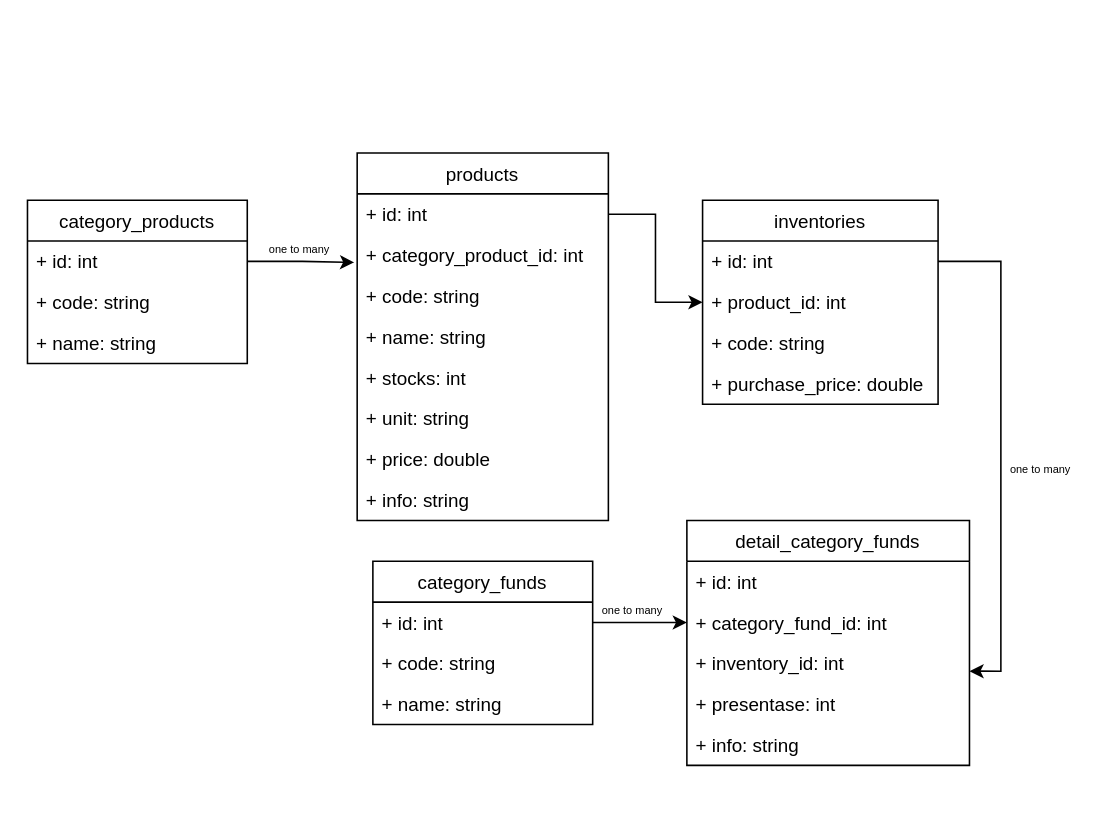
The draw.io diagram Untitled Diagram.drawio in Devajayantha/devajayantha.github.io, before the edit. Source tidied: cells renumbered, new cells numbered last; positions are measured from the earlier drawing's top-left corner, leaving out a move shared by most shapes. Both pictures are drawn from the tidied source at 157%, with x=0, y=0 at pixel (27, 152).
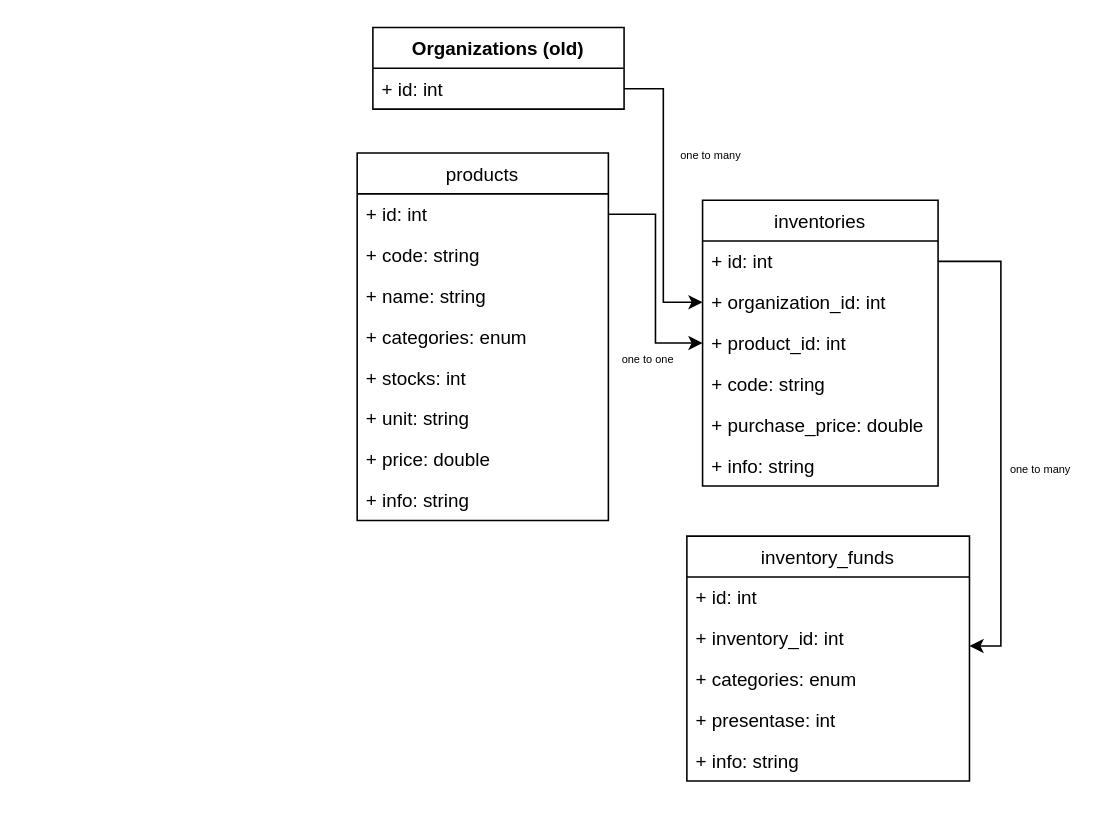
The same diagram, later.

The change refers to these unchanged cells:
```xml
<mxCell id="6" value="products" style="swimlane;fontStyle=0;horizontal=1;startSize=26;fillColor=none;" parent="1" vertex="1">
  <mxGeometry x="210" width="160" height="234" as="geometry" />
</mxCell>
<mxCell id="7" value="+ id: int" style="text;strokeColor=none;fillColor=none;align=left;verticalAlign=top;spacingLeft=4;spacingRight=4;overflow=hidden;points=[[0,0.5],[1,0.5]];portConstraint=eastwest;" parent="6" vertex="1">
  <mxGeometry y="26" width="160" height="26" as="geometry" />
</mxCell>
```

Change to the diagram source:
```diff
@@
-    <mxCell id="2" value="category_products" style="swimlane;fontStyle=0;horizontal=1;startSize=26;fillColor=none;" parent="1" vertex="1">
-      <mxGeometry y="30" width="140" height="104" as="geometry" />
-    </mxCell>
-    <mxCell id="3" value="+ id: int" style="text;strokeColor=none;fillColor=none;align=left;verticalAlign=top;spacingLeft=4;spacingRight=4;overflow=hidden;points=[[0,0.5],[1,0.5]];portConstraint=eastwest;" parent="2" vertex="1">
-      <mxGeometry y="26" width="140" height="26" as="geometry" />
-    </mxCell>
-    <mxCell id="4" value="+ code: string" style="text;strokeColor=none;fillColor=none;align=left;verticalAlign=top;spacingLeft=4;spacingRight=4;overflow=hidden;" parent="2" vertex="1">
-      <mxGeometry y="52" width="140" height="26" as="geometry" />
-    </mxCell>
-    <mxCell id="5" value="+ name: string " style="text;strokeColor=none;fillColor=none;align=left;verticalAlign=top;spacingLeft=4;spacingRight=4;overflow=hidden;" parent="2" vertex="1">
-      <mxGeometry y="78" width="140" height="26" as="geometry" />
-    </mxCell>
@@
-    <mxCell id="8" value="+ category_product_id: int " style="text;strokeColor=none;fillColor=none;align=left;verticalAlign=top;spacingLeft=4;spacingRight=4;overflow=hidden;points=[[0,0.5],[1,0.5]];portConstraint=eastwest;" parent="6" vertex="1">
-      <mxGeometry y="52" width="160" height="26" as="geometry" />
-    </mxCell>
     <mxCell id="9" value="+ code: string" style="text;strokeColor=none;fillColor=none;align=left;verticalAlign=top;spacingLeft=4;spacingRight=4;overflow=hidden;" parent="6" vertex="1">
-      <mxGeometry y="78" width="160" height="26" as="geometry" />
+      <mxGeometry y="52" width="160" height="26" as="geometry" />
     </mxCell>
     <mxCell id="10" value="+ name: string " style="text;strokeColor=none;fillColor=none;align=left;verticalAlign=top;spacingLeft=4;spacingRight=4;overflow=hidden;" parent="6" vertex="1">
-      <mxGeometry y="104" width="160" height="26" as="geometry" />
+      <mxGeometry y="78" width="160" height="26" as="geometry" />
     </mxCell>
+    <mxCell id="37" value="+ categories: enum" style="text;strokeColor=none;fillColor=none;align=left;verticalAlign=top;spacingLeft=4;spacingRight=4;overflow=hidden;" parent="6" vertex="1">
+      <mxGeometry y="104" width="160" height="26" as="geometry" />
+    </mxCell>
@@
-    <mxCell id="15" value="&lt;font style=&quot;font-size: 7px&quot;&gt;one to many&lt;/font&gt;" style="text;html=1;align=center;verticalAlign=middle;fillColor=none;strokeColor=none;rounded=0;" parent="1" vertex="1">
-      <mxGeometry x="148" y="50" width="50" height="20" as="geometry" />
-    </mxCell>
-    <mxCell id="16" style="edgeStyle=orthogonalEdgeStyle;rounded=0;jettySize=auto;html=1;entryX=-0.012;entryY=0.679;entryDx=0;entryDy=0;entryPerimeter=0;" parent="1" edge="1" source="3" target="8">
-      <mxGeometry relative="1" as="geometry" />
-    </mxCell>
-    <mxCell id="17" value="category_funds" style="swimlane;fontStyle=0;horizontal=1;startSize=26;fillColor=none;" parent="1" vertex="1">
-      <mxGeometry x="220" y="260" width="140" height="104" as="geometry" />
-    </mxCell>
-    <mxCell id="18" value="+ id: int" style="text;strokeColor=none;fillColor=none;align=left;verticalAlign=top;spacingLeft=4;spacingRight=4;overflow=hidden;points=[[0,0.5],[1,0.5]];portConstraint=eastwest;" parent="17" vertex="1">
-      <mxGeometry y="26" width="140" height="26" as="geometry" />
-    </mxCell>
-    <mxCell id="19" value="+ code: string" style="text;strokeColor=none;fillColor=none;align=left;verticalAlign=top;spacingLeft=4;spacingRight=4;overflow=hidden;" parent="17" vertex="1">
-      <mxGeometry y="52" width="140" height="26" as="geometry" />
-    </mxCell>
-    <mxCell id="20" value="+ name: string " style="text;strokeColor=none;fillColor=none;align=left;verticalAlign=top;spacingLeft=4;spacingRight=4;overflow=hidden;" parent="17" vertex="1">
-      <mxGeometry y="78" width="140" height="26" as="geometry" />
-    </mxCell>
-    <mxCell id="21" value="detail_category_funds" style="swimlane;fontStyle=0;horizontal=1;startSize=26;fillColor=none;" parent="1" vertex="1">
-      <mxGeometry x="420" y="234" width="180" height="156" as="geometry" />
+    <mxCell id="21" value="inventory_funds" style="swimlane;fontStyle=0;horizontal=1;startSize=26;fillColor=none;" parent="1" vertex="1">
+      <mxGeometry x="420" y="244" width="180" height="156" as="geometry" />
     </mxCell>
@@
-    <mxCell id="23" value="+ category_fund_id: int " style="text;strokeColor=none;fillColor=none;align=left;verticalAlign=top;spacingLeft=4;spacingRight=4;overflow=hidden;points=[[0,0.5],[1,0.5]];portConstraint=eastwest;" parent="21" vertex="1">
-      <mxGeometry y="52" width="180" height="26" as="geometry" />
-    </mxCell>
     <mxCell id="24" value="+ inventory_id: int " style="text;strokeColor=none;fillColor=none;align=left;verticalAlign=top;spacingLeft=4;spacingRight=4;overflow=hidden;points=[[0,0.5],[1,0.5]];portConstraint=eastwest;" parent="21" vertex="1">
-      <mxGeometry y="78" width="180" height="26" as="geometry" />
+      <mxGeometry y="52" width="180" height="26" as="geometry" />
     </mxCell>
-    <mxCell id="25" value="+ presentase: int " style="text;strokeColor=none;fillColor=none;align=left;verticalAlign=top;spacingLeft=4;spacingRight=4;overflow=hidden;" parent="21" vertex="1">
-      <mxGeometry y="104" width="180" height="26" as="geometry" />
+    <mxCell id="25" value="+ categories: enum" style="text;strokeColor=none;fillColor=none;align=left;verticalAlign=top;spacingLeft=4;spacingRight=4;overflow=hidden;" parent="21" vertex="1">
+      <mxGeometry y="78" width="180" height="26" as="geometry" />
     </mxCell>
+    <mxCell id="38" value="+ presentase: int " style="text;strokeColor=none;fillColor=none;align=left;verticalAlign=top;spacingLeft=4;spacingRight=4;overflow=hidden;" parent="21" vertex="1">
+      <mxGeometry y="104" width="180" height="26" as="geometry" />
+    </mxCell>
@@
     <mxCell id="27" value="inventories" style="swimlane;fontStyle=0;horizontal=1;startSize=26;fillColor=none;" parent="1" vertex="1">
-      <mxGeometry x="430" y="30" width="150" height="130" as="geometry" />
+      <mxGeometry x="430" y="30" width="150" height="182" as="geometry" />
     </mxCell>
@@
-    <mxCell id="29" value="+ product_id: int " style="text;strokeColor=none;fillColor=none;align=left;verticalAlign=top;spacingLeft=4;spacingRight=4;overflow=hidden;points=[[0,0.5],[1,0.5]];portConstraint=eastwest;" parent="27" vertex="1">
+    <mxCell id="29" value="+ organization_id: int " style="text;strokeColor=none;fillColor=none;align=left;verticalAlign=top;spacingLeft=4;spacingRight=4;overflow=hidden;points=[[0,0.5],[1,0.5]];portConstraint=eastwest;" parent="27" vertex="1">
       <mxGeometry y="52" width="150" height="26" as="geometry" />
     </mxCell>
+    <mxCell id="39" value="+ product_id: int " style="text;strokeColor=none;fillColor=none;align=left;verticalAlign=top;spacingLeft=4;spacingRight=4;overflow=hidden;points=[[0,0.5],[1,0.5]];portConstraint=eastwest;" parent="27" vertex="1">
+      <mxGeometry y="78" width="150" height="26" as="geometry" />
+    </mxCell>
     <mxCell id="30" value="+ code: string" style="text;strokeColor=none;fillColor=none;align=left;verticalAlign=top;spacingLeft=4;spacingRight=4;overflow=hidden;" parent="27" vertex="1">
-      <mxGeometry y="78" width="150" height="26" as="geometry" />
+      <mxGeometry y="104" width="150" height="26" as="geometry" />
     </mxCell>
     <mxCell id="31" value="+ purchase_price: double" style="text;strokeColor=none;fillColor=none;align=left;verticalAlign=top;spacingLeft=4;spacingRight=4;overflow=hidden;" parent="27" vertex="1">
-      <mxGeometry y="104" width="150" height="26" as="geometry" />
+      <mxGeometry y="130" width="150" height="26" as="geometry" />
     </mxCell>
-    <mxCell id="32" style="edgeStyle=orthogonalEdgeStyle;rounded=0;jettySize=auto;html=1;exitX=1;exitY=0.5;exitDx=0;exitDy=0;entryX=0;entryY=0.5;entryDx=0;entryDy=0;" parent="1" edge="1" source="18" target="23">
-      <mxGeometry relative="1" as="geometry" />
-    </mxCell>
-    <mxCell id="33" value="&lt;font style=&quot;font-size: 7px&quot;&gt;one to many&lt;/font&gt;" style="text;html=1;align=center;verticalAlign=middle;fillColor=none;strokeColor=none;rounded=0;" parent="1" vertex="1">
-      <mxGeometry x="360" y="280" width="50" height="20" as="geometry" />
-    </mxCell>
+    <mxCell id="40" value="+ info: string " style="text;strokeColor=none;fillColor=none;align=left;verticalAlign=top;spacingLeft=4;spacingRight=4;overflow=hidden;" parent="27" vertex="1">
+      <mxGeometry y="156" width="150" height="26" as="geometry" />
+    </mxCell>
@@
-    <mxCell id="36" style="edgeStyle=orthogonalEdgeStyle;rounded=0;jettySize=auto;html=1;exitX=1;exitY=0.5;exitDx=0;exitDy=0;entryX=0;entryY=0.5;entryDx=0;entryDy=0;" parent="1" edge="1" source="7" target="29">
-      <mxGeometry relative="1" as="geometry" />
-    </mxCell>
+    <mxCell id="41" value="&lt;font style=&quot;font-size: 7px&quot;&gt;one to one&lt;/font&gt;" style="text;html=1;align=center;verticalAlign=middle;fillColor=none;strokeColor=none;rounded=0;" parent="1" vertex="1">
+      <mxGeometry x="370" y="120" width="50" height="20" as="geometry" />
+    </mxCell>
+    <mxCell id="42" style="edgeStyle=orthogonalEdgeStyle;rounded=0;jettySize=auto;html=1;exitX=1;exitY=0.5;exitDx=0;exitDy=0;" parent="1" edge="1" source="7" target="39">
+      <mxGeometry relative="1" as="geometry" />
+    </mxCell>
+    <mxCell id="43" value="Organizations (old)" style="swimlane;fontStyle=1;align=center;verticalAlign=top;horizontal=1;startSize=26;" parent="1" vertex="1">
+      <mxGeometry x="220" y="-80" width="160" height="52" as="geometry" />
+    </mxCell>
+    <mxCell id="44" value="+ id: int" style="text;strokeColor=none;fillColor=none;align=left;verticalAlign=top;spacingLeft=4;spacingRight=4;overflow=hidden;points=[[0,0.5],[1,0.5]];portConstraint=eastwest;" parent="43" vertex="1">
+      <mxGeometry y="26" width="160" height="26" as="geometry" />
+    </mxCell>
+    <mxCell id="45" style="edgeStyle=orthogonalEdgeStyle;rounded=0;jettySize=auto;html=1;entryX=0;entryY=0.5;entryDx=0;entryDy=0;" parent="1" edge="1" source="44" target="29">
+      <mxGeometry relative="1" as="geometry" />
+    </mxCell>
+    <mxCell id="46" value="&lt;font style=&quot;font-size: 7px&quot;&gt;one to many&lt;/font&gt;" style="text;html=1;align=center;verticalAlign=middle;fillColor=none;strokeColor=none;rounded=0;" parent="1" vertex="1">
+      <mxGeometry x="410" y="-10" width="50" height="20" as="geometry" />
+    </mxCell>
```
